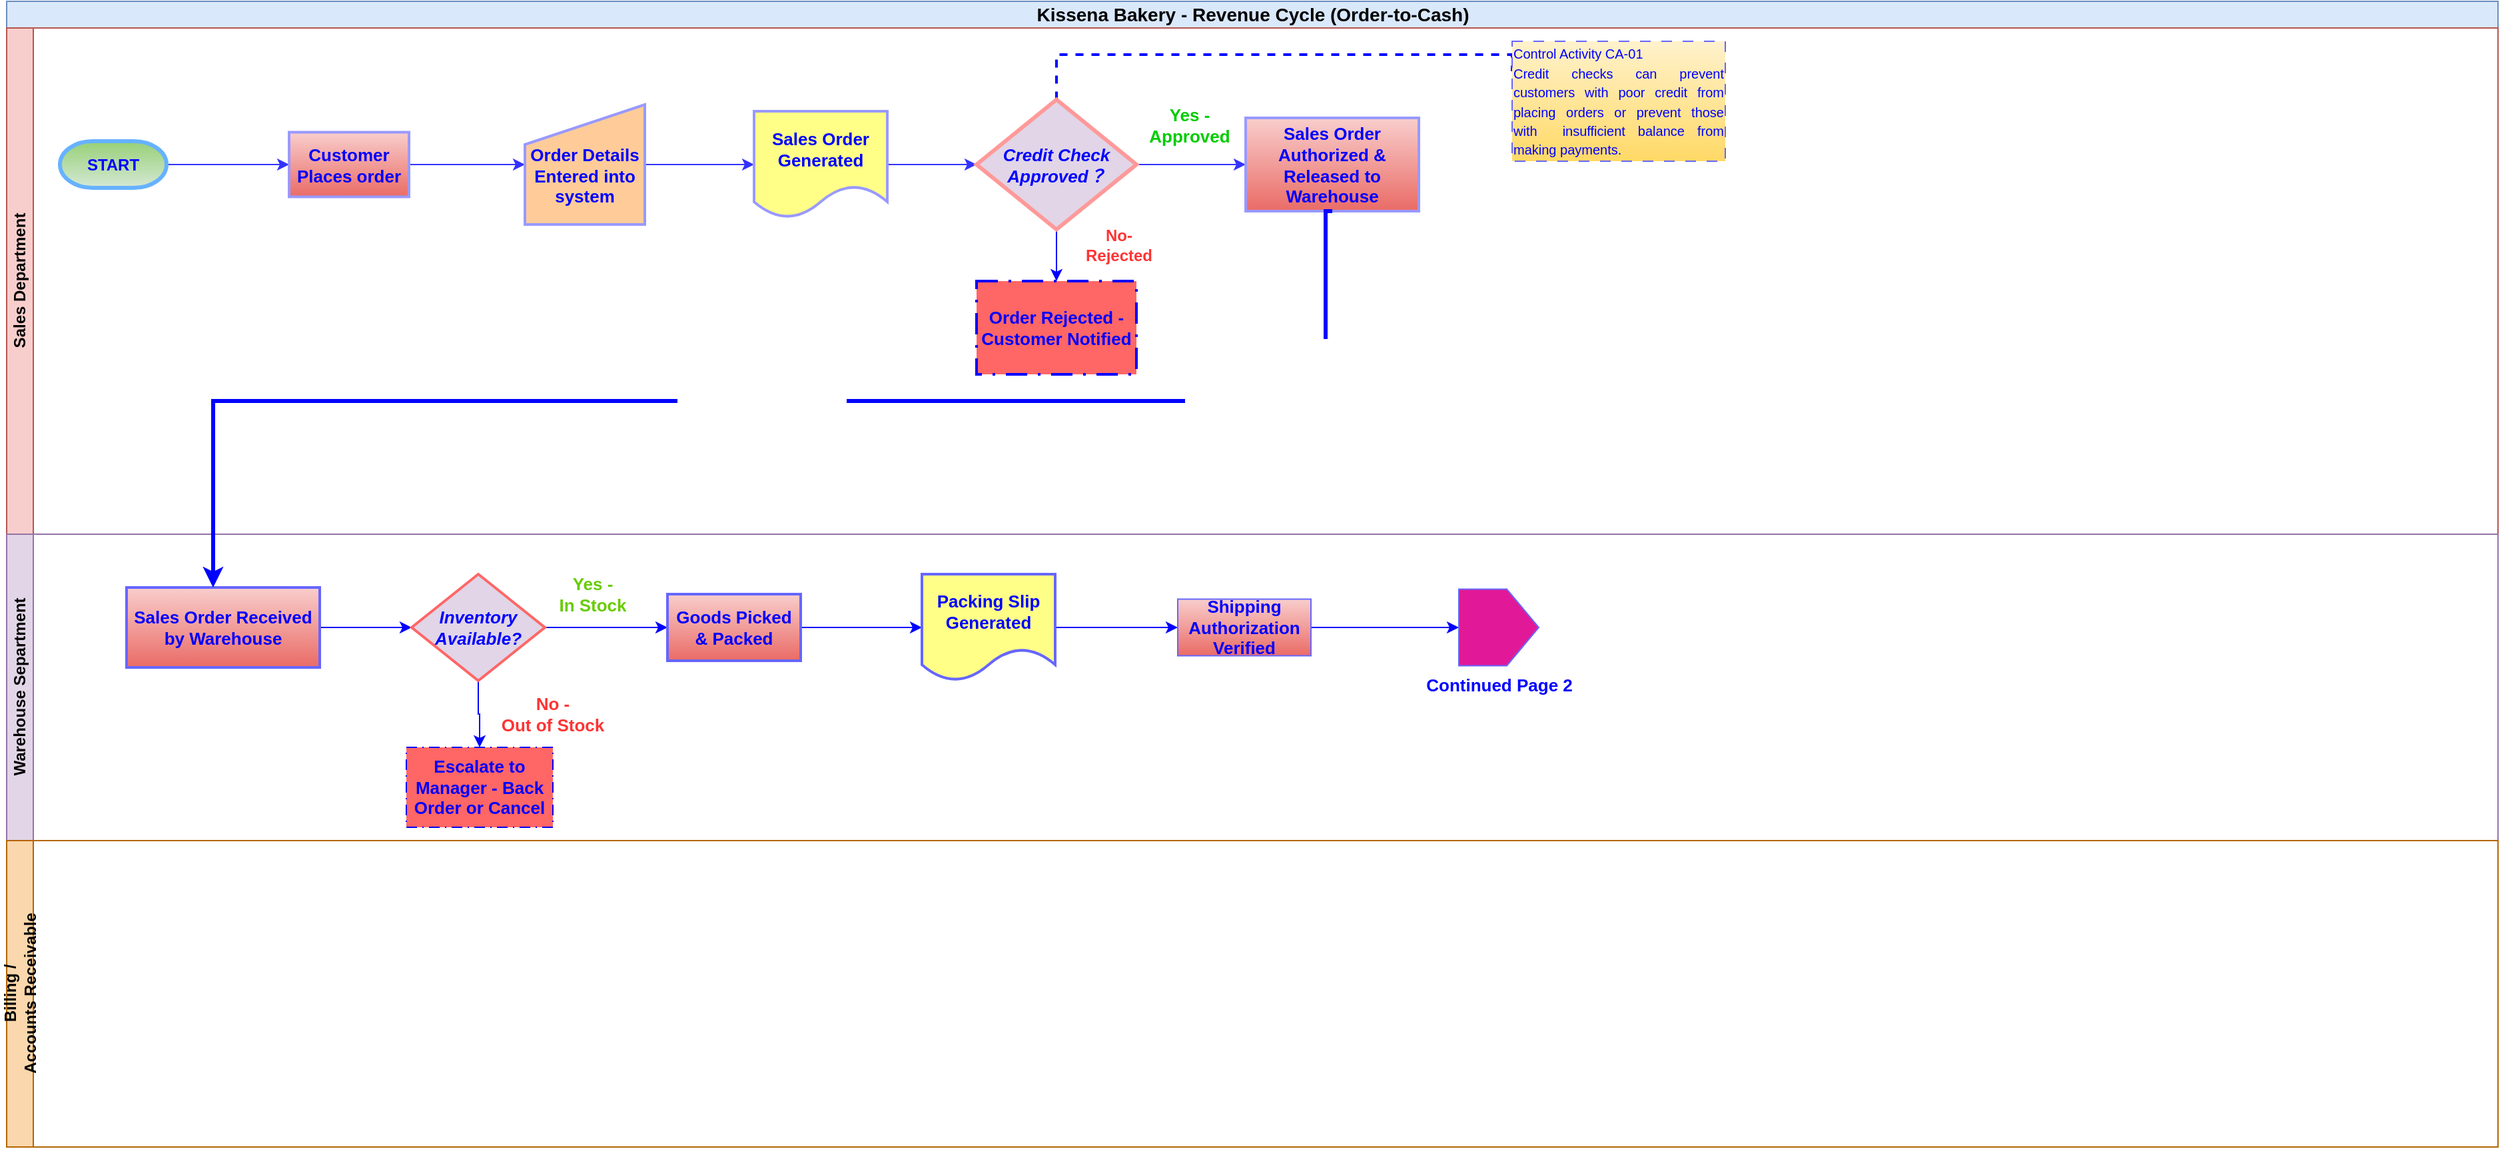
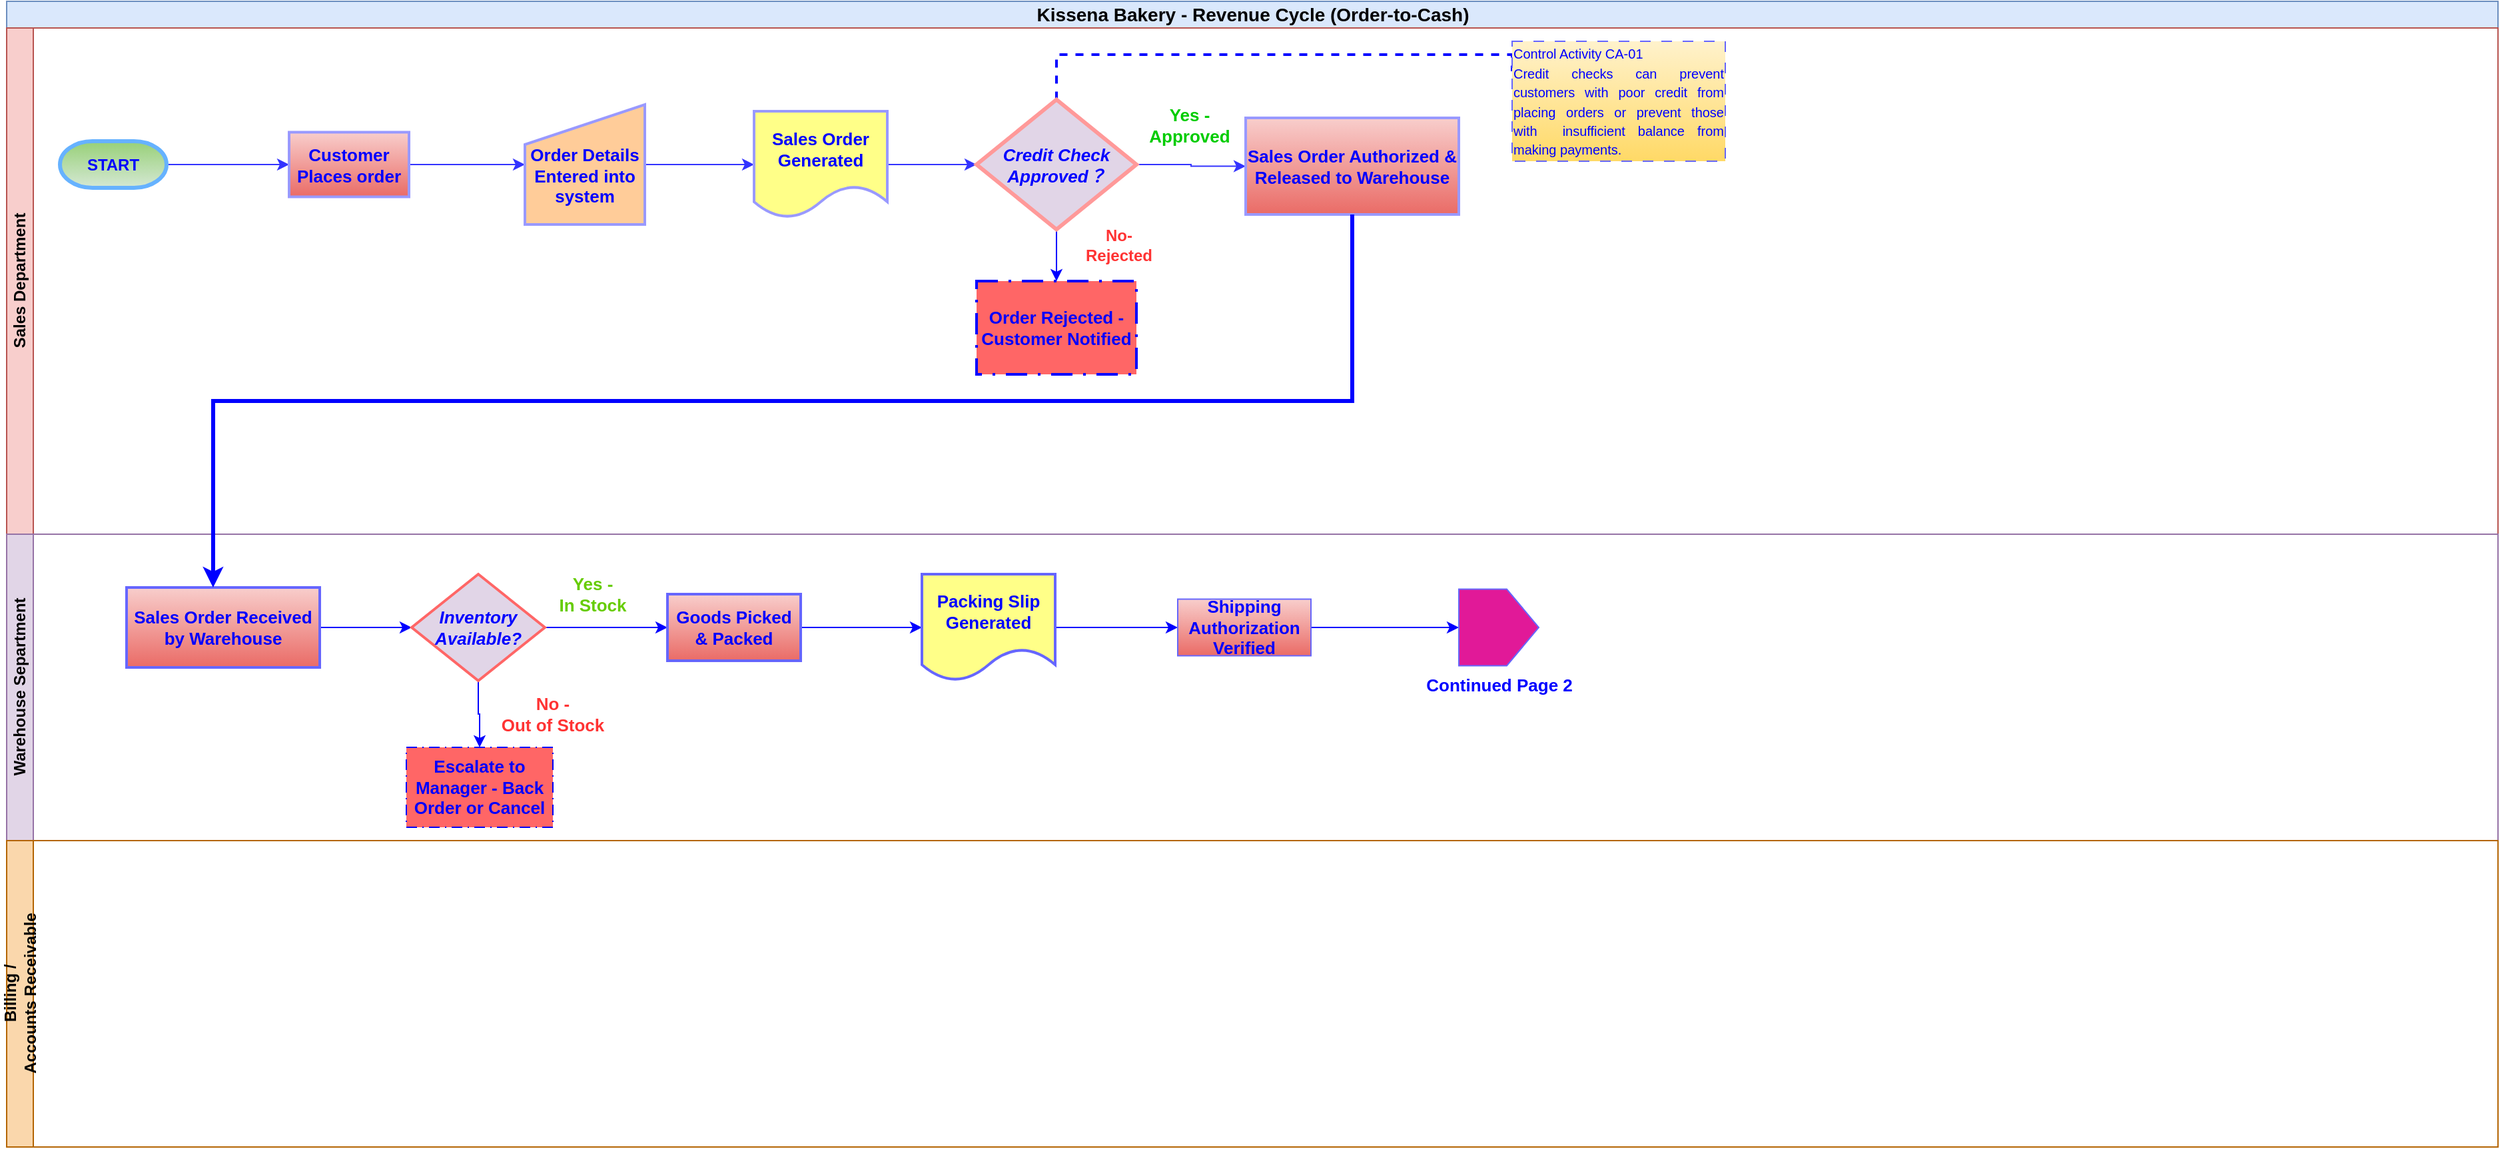
<mxfile host="app.diagrams.net" agent="Mozilla/5.0 (Windows NT 10.0; Win64; x64) AppleWebKit/537.36 (KHTML, like Gecko) Chrome/145.0.0.0 Safari/537.36" version="29.6.3" pages="2">
  <diagram name="Page-1" id="klMabU_GDppZGB9yFFRy">
-     <mxGraphModel dx="1161" dy="726" grid="1" gridSize="10" guides="1" tooltips="1" connect="1" arrows="1" fold="1" page="1" pageScale="1" pageWidth="1100" pageHeight="850" math="0" shadow="0">
+     <mxGraphModel dx="2005" dy="1255" grid="1" gridSize="10" guides="1" tooltips="1" connect="1" arrows="1" fold="1" page="1" pageScale="1" pageWidth="1100" pageHeight="850" math="0" shadow="0">
      <root>
        <mxCell id="0" />
        <mxCell id="1" parent="0" />
        <mxCell id="0vQu63eh7_hz7IOFjZfk-1" parent="1" style="swimlane;childLayout=stackLayout;resizeParent=1;resizeParentMax=0;horizontal=1;startSize=20;horizontalStack=0;html=1;fillColor=#dae8fc;strokeColor=#6c8ebf;" value="&lt;div style=&quot;text-align: start;&quot;&gt;&lt;font style=&quot;font-size: 14px;&quot;&gt;Kissena Bakery - Revenue Cycle (Order-to-Cash)&lt;/font&gt;&lt;/div&gt;" vertex="1">
          <mxGeometry height="20" width="1870" x="80" y="30" as="geometry" />
        </mxCell>
        <mxCell id="0vQu63eh7_hz7IOFjZfk-2" parent="1" style="swimlane;startSize=20;horizontal=0;html=1;fillColor=#f8cecc;strokeColor=#b85450;" value="Sales Department" vertex="1">
          <mxGeometry height="380" width="1870" x="80" y="50" as="geometry">
            <mxRectangle height="30" width="610" y="20" as="alternateBounds" />
          </mxGeometry>
        </mxCell>
        <mxCell id="0vQu63eh7_hz7IOFjZfk-43" edge="1" parent="0vQu63eh7_hz7IOFjZfk-2" source="0vQu63eh7_hz7IOFjZfk-10" style="edgeStyle=orthogonalEdgeStyle;rounded=0;orthogonalLoop=1;jettySize=auto;html=1;exitX=0;exitY=0.5;exitDx=0;exitDy=0;exitPerimeter=0;entryX=0;entryY=0.5;entryDx=0;entryDy=0;strokeColor=#3333FF;" target="0vQu63eh7_hz7IOFjZfk-15">
          <mxGeometry relative="1" as="geometry" />
        </mxCell>
        <mxCell id="0vQu63eh7_hz7IOFjZfk-10" parent="0vQu63eh7_hz7IOFjZfk-2" style="strokeWidth=3;html=1;shape=mxgraph.flowchart.terminator;whiteSpace=wrap;direction=west;fillColor=#d5e8d4;gradientColor=#97d077;strokeColor=#66B2FF;" value="&lt;b&gt;&lt;font style=&quot;color: rgb(0, 0, 255);&quot;&gt;START&lt;/font&gt;&lt;/b&gt;" vertex="1">
          <mxGeometry height="35" width="80" x="40" y="85" as="geometry" />
        </mxCell>
        <mxCell id="46-Umk2mzS9Czotzx1H9-2" edge="1" parent="0vQu63eh7_hz7IOFjZfk-2" source="0vQu63eh7_hz7IOFjZfk-15" style="edgeStyle=orthogonalEdgeStyle;rounded=0;orthogonalLoop=1;jettySize=auto;html=1;exitX=1;exitY=0.5;exitDx=0;exitDy=0;entryX=0;entryY=0.5;entryDx=0;entryDy=0;strokeColor=#3333FF;" target="0vQu63eh7_hz7IOFjZfk-20">
          <mxGeometry relative="1" as="geometry" />
        </mxCell>
        <mxCell id="0vQu63eh7_hz7IOFjZfk-15" parent="0vQu63eh7_hz7IOFjZfk-2" style="html=1;dashed=0;whiteSpace=wrap;strokeWidth=2;fillColor=#f8cecc;strokeColor=#9999FF;gradientColor=#ea6b66;" value="&lt;font style=&quot;font-size: 13px; color: rgb(0, 0, 255);&quot;&gt;&lt;b style=&quot;&quot;&gt;Customer Places order&lt;/b&gt;&lt;/font&gt;" vertex="1">
          <mxGeometry height="48.5" width="90" x="212" y="78.25" as="geometry" />
        </mxCell>
        <mxCell id="46-Umk2mzS9Czotzx1H9-3" edge="1" parent="0vQu63eh7_hz7IOFjZfk-2" source="0vQu63eh7_hz7IOFjZfk-20" style="edgeStyle=orthogonalEdgeStyle;rounded=0;orthogonalLoop=1;jettySize=auto;html=1;exitX=1;exitY=0.5;exitDx=0;exitDy=0;entryX=0;entryY=0.5;entryDx=0;entryDy=0;strokeColor=#3333FF;" target="0vQu63eh7_hz7IOFjZfk-30">
          <mxGeometry relative="1" as="geometry" />
        </mxCell>
        <mxCell id="0vQu63eh7_hz7IOFjZfk-20" parent="0vQu63eh7_hz7IOFjZfk-2" style="shape=manualInput;whiteSpace=wrap;html=1;align=center;fillColor=#ffcc99;strokeColor=#9999FF;strokeWidth=2;" value="&lt;div style=&quot;&quot;&gt;&lt;span style=&quot;background-color: transparent;&quot;&gt;&lt;b style=&quot;&quot;&gt;&lt;font style=&quot;font-size: 13px; color: rgb(0, 0, 255);&quot;&gt;&lt;br&gt;&lt;/font&gt;&lt;/b&gt;&lt;/span&gt;&lt;/div&gt;&lt;div style=&quot;&quot;&gt;&lt;span style=&quot;background-color: transparent;&quot;&gt;&lt;b style=&quot;&quot;&gt;&lt;font style=&quot;font-size: 13px; color: rgb(0, 0, 255);&quot;&gt;Order Details Entered into system&lt;/font&gt;&lt;/b&gt;&lt;/span&gt;&lt;/div&gt;" vertex="1">
          <mxGeometry height="90" width="90" x="389" y="57.5" as="geometry" />
        </mxCell>
        <mxCell id="0vQu63eh7_hz7IOFjZfk-35" edge="1" parent="0vQu63eh7_hz7IOFjZfk-2" style="edgeStyle=orthogonalEdgeStyle;rounded=0;orthogonalLoop=1;jettySize=auto;html=1;exitX=0;exitY=0.5;exitDx=0;exitDy=0;">
          <mxGeometry relative="1" as="geometry">
            <mxPoint x="410" y="105" as="sourcePoint" />
            <mxPoint x="410" y="105" as="targetPoint" />
          </mxGeometry>
        </mxCell>
        <mxCell id="46-Umk2mzS9Czotzx1H9-4" edge="1" parent="0vQu63eh7_hz7IOFjZfk-2" source="0vQu63eh7_hz7IOFjZfk-30" style="edgeStyle=orthogonalEdgeStyle;rounded=0;orthogonalLoop=1;jettySize=auto;html=1;exitX=1;exitY=0.5;exitDx=0;exitDy=0;entryX=0;entryY=0.5;entryDx=0;entryDy=0;strokeColor=#3333FF;" target="0vQu63eh7_hz7IOFjZfk-34">
          <mxGeometry relative="1" as="geometry" />
        </mxCell>
        <mxCell id="0vQu63eh7_hz7IOFjZfk-30" parent="0vQu63eh7_hz7IOFjZfk-2" style="shape=document;whiteSpace=wrap;html=1;boundedLbl=1;strokeWidth=2;fillColor=#ffff88;strokeColor=#9999FF;" value="&lt;font style=&quot;font-size: 13px; color: rgb(0, 0, 255);&quot;&gt;&lt;b&gt;Sales Order Generated&lt;/b&gt;&lt;/font&gt;" vertex="1">
          <mxGeometry height="80" width="100" x="561" y="62.5" as="geometry" />
        </mxCell>
        <mxCell id="pGH0SQg9JUakCyH8bkGQ-28" edge="1" parent="0vQu63eh7_hz7IOFjZfk-2" source="0vQu63eh7_hz7IOFjZfk-34" style="edgeStyle=orthogonalEdgeStyle;rounded=0;orthogonalLoop=1;jettySize=auto;html=1;exitX=0.5;exitY=0;exitDx=0;exitDy=0;entryX=0;entryY=0.25;entryDx=0;entryDy=0;endArrow=none;endFill=0;dashed=1;strokeWidth=2;strokeColor=#0000FF;" target="pGH0SQg9JUakCyH8bkGQ-23">
          <mxGeometry relative="1" as="geometry">
            <Array as="points">
              <mxPoint x="788" y="20" />
              <mxPoint x="1130" y="20" />
            </Array>
          </mxGeometry>
        </mxCell>
        <mxCell id="DywWvH4VDf4e1SjyT3sU-2" edge="1" parent="0vQu63eh7_hz7IOFjZfk-2" source="0vQu63eh7_hz7IOFjZfk-34" style="edgeStyle=orthogonalEdgeStyle;rounded=0;orthogonalLoop=1;jettySize=auto;html=1;exitX=0.5;exitY=1;exitDx=0;exitDy=0;entryX=0.5;entryY=0;entryDx=0;entryDy=0;strokeColor=#0000FF;" target="0vQu63eh7_hz7IOFjZfk-65">
          <mxGeometry relative="1" as="geometry" />
        </mxCell>
        <mxCell id="46-Umk2mzS9Czotzx1H9-5" edge="1" parent="0vQu63eh7_hz7IOFjZfk-2" source="0vQu63eh7_hz7IOFjZfk-34" style="edgeStyle=orthogonalEdgeStyle;rounded=0;orthogonalLoop=1;jettySize=auto;html=1;exitX=1;exitY=0.5;exitDx=0;exitDy=0;entryX=0;entryY=0.5;entryDx=0;entryDy=0;strokeColor=#3333FF;" target="0vQu63eh7_hz7IOFjZfk-67">
          <mxGeometry relative="1" as="geometry" />
        </mxCell>
        <mxCell id="0vQu63eh7_hz7IOFjZfk-34" parent="0vQu63eh7_hz7IOFjZfk-2" style="rhombus;whiteSpace=wrap;html=1;fillColor=#e1d5e7;strokeColor=#FF9999;strokeWidth=3;" value="&lt;font style=&quot;font-size: 13px; color: rgb(0, 0, 255);&quot;&gt;&lt;b&gt;&lt;i&gt;Credit Check Approved？&lt;/i&gt;&lt;/b&gt;&lt;/font&gt;" vertex="1">
          <mxGeometry height="97.5" width="120" x="728" y="53.75" as="geometry" />
        </mxCell>
        <mxCell id="0vQu63eh7_hz7IOFjZfk-60" parent="0vQu63eh7_hz7IOFjZfk-2" style="text;html=1;whiteSpace=wrap;strokeColor=none;fillColor=none;align=center;verticalAlign=middle;rounded=0;fontColor=#00CC00;" value="&lt;font style=&quot;font-size: 13px;&quot;&gt;&lt;b style=&quot;&quot;&gt;Yes - Approved&lt;/b&gt;&lt;/font&gt;" vertex="1">
          <mxGeometry height="30" width="80" x="848" y="57.5" as="geometry" />
        </mxCell>
        <mxCell id="0vQu63eh7_hz7IOFjZfk-65" parent="0vQu63eh7_hz7IOFjZfk-2" style="html=1;dashed=1;whiteSpace=wrap;strokeWidth=2;fillColor=light-dark(#FF6666,#FF3333);strokeColor=#0000FF;fontColor=#ffffff;fontStyle=1;dashPattern=8 4 1 4;" value="&lt;font style=&quot;font-size: 13px; color: rgb(0, 0, 255);&quot;&gt;Order Rejected - Customer Notified&lt;/font&gt;" vertex="1">
          <mxGeometry height="70" width="120" x="728" y="190" as="geometry" />
        </mxCell>
        <mxCell id="0vQu63eh7_hz7IOFjZfk-67" parent="0vQu63eh7_hz7IOFjZfk-2" style="html=1;dashed=0;whiteSpace=wrap;fillColor=#f8cecc;gradientColor=#ea6b66;strokeColor=#9999FF;strokeWidth=2;" value="&lt;font style=&quot;font-size: 13px; color: rgb(0, 0, 255);&quot;&gt;&lt;b&gt;Sales Order Authorized &amp;amp; Released to Warehouse&lt;/b&gt;&lt;/font&gt;" vertex="1">
-           <mxGeometry height="70" width="130" x="930" y="67.5" as="geometry" />
+           <mxGeometry height="72.5" width="160" x="930" y="67.5" as="geometry" />
        </mxCell>
        <mxCell id="pGH0SQg9JUakCyH8bkGQ-23" parent="0vQu63eh7_hz7IOFjZfk-2" style="html=1;dashed=1;whiteSpace=wrap;dashPattern=8 8;fillColor=#fff2cc;gradientColor=#ffd966;strokeColor=light-dark(#6666FF,#6D5100);strokeWidth=1;" value="&lt;div style=&quot;text-align: justify;&quot;&gt;&lt;span style=&quot;font-size: 10px; background-color: transparent;&quot;&gt;&lt;font style=&quot;color: rgb(0, 0, 255);&quot;&gt;Control Activity&amp;nbsp;CA-01&lt;/font&gt;&lt;/span&gt;&lt;/div&gt;&lt;font style=&quot;color: rgb(0, 0, 255);&quot;&gt;&lt;div style=&quot;text-align: justify;&quot;&gt;&lt;span style=&quot;font-size: 10px; background-color: transparent;&quot;&gt;Credit checks can prevent customers with poor credit from placing orders or prevent those with&amp;nbsp; insufficient balance from making payments.&lt;/span&gt;&lt;/div&gt;&lt;/font&gt;" vertex="1">
          <mxGeometry height="90" width="160" x="1130" y="10" as="geometry" />
        </mxCell>
        <mxCell id="DywWvH4VDf4e1SjyT3sU-3" parent="0vQu63eh7_hz7IOFjZfk-2" style="text;html=1;whiteSpace=wrap;strokeColor=none;fillColor=none;align=center;verticalAlign=middle;rounded=0;fontSize=12;fontStyle=1;fontColor=#FF3333;" value="&lt;span&gt;&lt;font style=&quot;&quot;&gt;No-Rejected&lt;/font&gt;&lt;/span&gt;" vertex="1">
          <mxGeometry height="30" width="70" x="800" y="147.5" as="geometry" />
        </mxCell>
        <mxCell id="0vQu63eh7_hz7IOFjZfk-3" parent="1" style="swimlane;startSize=20;horizontal=0;html=1;fillColor=#e1d5e7;strokeColor=#9673a6;" value="Warehouse Separtment" vertex="1">
          <mxGeometry height="230" width="1870" x="80" y="430" as="geometry" />
        </mxCell>
        <mxCell id="pGH0SQg9JUakCyH8bkGQ-32" edge="1" parent="0vQu63eh7_hz7IOFjZfk-3" source="0vQu63eh7_hz7IOFjZfk-73" style="edgeStyle=orthogonalEdgeStyle;rounded=0;orthogonalLoop=1;jettySize=auto;html=1;exitX=1;exitY=0.5;exitDx=0;exitDy=0;entryX=0;entryY=0.5;entryDx=0;entryDy=0;strokeColor=#0000FF;" target="0vQu63eh7_hz7IOFjZfk-92">
          <mxGeometry relative="1" as="geometry" />
        </mxCell>
        <mxCell id="0vQu63eh7_hz7IOFjZfk-73" parent="0vQu63eh7_hz7IOFjZfk-3" style="html=1;dashed=0;whiteSpace=wrap;fillColor=#f8cecc;gradientColor=#ea6b66;strokeColor=#6666FF;strokeWidth=2;" value="&lt;font style=&quot;font-size: 13px; color: rgb(0, 0, 255);&quot;&gt;&lt;b&gt;Sales Order Received by Warehouse&lt;/b&gt;&lt;/font&gt;" vertex="1">
          <mxGeometry height="60" width="145" x="90" y="40" as="geometry" />
        </mxCell>
        <mxCell id="pGH0SQg9JUakCyH8bkGQ-31" edge="1" parent="0vQu63eh7_hz7IOFjZfk-3" source="0vQu63eh7_hz7IOFjZfk-92" style="edgeStyle=orthogonalEdgeStyle;rounded=0;orthogonalLoop=1;jettySize=auto;html=1;exitX=1;exitY=0.5;exitDx=0;exitDy=0;entryX=0;entryY=0.5;entryDx=0;entryDy=0;strokeColor=#0000FF;" target="0vQu63eh7_hz7IOFjZfk-106">
          <mxGeometry relative="1" as="geometry" />
        </mxCell>
        <mxCell id="pGH0SQg9JUakCyH8bkGQ-34" edge="1" parent="0vQu63eh7_hz7IOFjZfk-3" source="0vQu63eh7_hz7IOFjZfk-92" style="edgeStyle=orthogonalEdgeStyle;rounded=0;orthogonalLoop=1;jettySize=auto;html=1;exitX=0.5;exitY=1;exitDx=0;exitDy=0;entryX=0.5;entryY=0;entryDx=0;entryDy=0;strokeColor=#0000FF;" target="0vQu63eh7_hz7IOFjZfk-96">
          <mxGeometry relative="1" as="geometry" />
        </mxCell>
        <mxCell id="0vQu63eh7_hz7IOFjZfk-92" parent="0vQu63eh7_hz7IOFjZfk-3" style="rhombus;whiteSpace=wrap;html=1;fillColor=#e1d5e7;strokeColor=light-dark(#FF6666,#FF3333);strokeWidth=2;" value="&lt;font style=&quot;font-size: 13px; color: rgb(0, 0, 255);&quot;&gt;&lt;b&gt;&lt;i&gt;Inventory Available?&lt;/i&gt;&lt;/b&gt;&lt;/font&gt;" vertex="1">
          <mxGeometry height="80" width="100" x="304" y="30" as="geometry" />
        </mxCell>
        <mxCell id="0vQu63eh7_hz7IOFjZfk-96" parent="0vQu63eh7_hz7IOFjZfk-3" style="html=1;dashed=1;whiteSpace=wrap;fillColor=#FF6666;strokeColor=#0000FF;fontColor=#ffffff;dashPattern=8 4 1 4;" value="&lt;b&gt;&lt;font style=&quot;font-size: 13px; color: rgb(0, 0, 255);&quot;&gt;Escalate to Manager - Back Order or Cancel&lt;/font&gt;&lt;/b&gt;" vertex="1">
          <mxGeometry height="60" width="110" x="300" y="160" as="geometry" />
        </mxCell>
        <mxCell id="46-Umk2mzS9Czotzx1H9-6" edge="1" parent="0vQu63eh7_hz7IOFjZfk-3" source="0vQu63eh7_hz7IOFjZfk-106" style="edgeStyle=orthogonalEdgeStyle;rounded=0;orthogonalLoop=1;jettySize=auto;html=1;exitX=1;exitY=0.5;exitDx=0;exitDy=0;entryX=0;entryY=0.5;entryDx=0;entryDy=0;strokeColor=#0000FF;" target="0vQu63eh7_hz7IOFjZfk-110">
          <mxGeometry relative="1" as="geometry" />
        </mxCell>
        <mxCell id="0vQu63eh7_hz7IOFjZfk-106" parent="0vQu63eh7_hz7IOFjZfk-3" style="html=1;dashed=0;whiteSpace=wrap;strokeWidth=2;fillColor=#f8cecc;gradientColor=#ea6b66;strokeColor=#6666FF;" value="&lt;font style=&quot;font-size: 13px; color: rgb(0, 0, 255);&quot;&gt;&lt;b&gt;Goods Picked &amp;amp; Packed&lt;/b&gt;&lt;/font&gt;" vertex="1">
          <mxGeometry height="50" width="100" x="496" y="45" as="geometry" />
        </mxCell>
        <mxCell id="46-Umk2mzS9Czotzx1H9-8" edge="1" parent="0vQu63eh7_hz7IOFjZfk-3" source="0vQu63eh7_hz7IOFjZfk-110" style="edgeStyle=orthogonalEdgeStyle;rounded=0;orthogonalLoop=1;jettySize=auto;html=1;exitX=1;exitY=0.5;exitDx=0;exitDy=0;entryX=0;entryY=0.5;entryDx=0;entryDy=0;strokeColor=#0000FF;" target="0vQu63eh7_hz7IOFjZfk-112">
          <mxGeometry relative="1" as="geometry" />
        </mxCell>
        <mxCell id="0vQu63eh7_hz7IOFjZfk-110" parent="0vQu63eh7_hz7IOFjZfk-3" style="shape=document;whiteSpace=wrap;html=1;boundedLbl=1;strokeWidth=2;fillColor=#ffff88;strokeColor=#6666FF;" value="&lt;font style=&quot;font-size: 13px; color: rgb(0, 0, 255);&quot;&gt;&lt;b&gt;Packing Slip Generated&lt;/b&gt;&lt;/font&gt;" vertex="1">
          <mxGeometry height="80" width="100" x="687" y="30" as="geometry" />
        </mxCell>
        <mxCell id="46-Umk2mzS9Czotzx1H9-9" edge="1" parent="0vQu63eh7_hz7IOFjZfk-3" source="0vQu63eh7_hz7IOFjZfk-112" style="edgeStyle=orthogonalEdgeStyle;rounded=0;orthogonalLoop=1;jettySize=auto;html=1;exitX=1;exitY=0.5;exitDx=0;exitDy=0;entryX=0.5;entryY=0;entryDx=0;entryDy=0;strokeColor=#0000FF;" target="0vQu63eh7_hz7IOFjZfk-126">
          <mxGeometry relative="1" as="geometry" />
        </mxCell>
        <mxCell id="0vQu63eh7_hz7IOFjZfk-112" parent="0vQu63eh7_hz7IOFjZfk-3" style="html=1;dashed=0;whiteSpace=wrap;strokeColor=#6666FF;fillColor=#f8cecc;gradientColor=#ea6b66;fontStyle=1" value="&lt;font style=&quot;font-size: 13px; color: rgb(0, 0, 255);&quot;&gt;Shipping Authorization Verified&lt;/font&gt;" vertex="1">
          <mxGeometry height="42.5" width="100" x="879" y="48.75" as="geometry" />
        </mxCell>
        <mxCell id="0vQu63eh7_hz7IOFjZfk-98" parent="0vQu63eh7_hz7IOFjZfk-3" style="text;html=1;whiteSpace=wrap;strokeColor=none;fillColor=none;align=center;verticalAlign=middle;rounded=0;fontColor=#FF3333;" value="&lt;font style=&quot;font-size: 13px;&quot;&gt;&lt;b&gt;No - &lt;br&gt;Out of Stock&lt;/b&gt;&lt;/font&gt;" vertex="1">
          <mxGeometry height="30" width="80" x="370" y="120" as="geometry" />
        </mxCell>
        <mxCell id="0vQu63eh7_hz7IOFjZfk-126" parent="0vQu63eh7_hz7IOFjZfk-3" style="verticalLabelPosition=bottom;verticalAlign=top;html=1;shape=offPageConnector;rounded=0;size=0.4;fillColor=light-dark(#e11998, #ededed);direction=north;strokeColor=#6666FF;" value="&lt;font style=&quot;font-size: 13px; color: rgb(0, 0, 255);&quot;&gt;&lt;b&gt;Continued Page 2&lt;/b&gt;&lt;/font&gt;" vertex="1">
          <mxGeometry height="57.5" width="60" x="1090" y="41.25" as="geometry" />
        </mxCell>
        <mxCell id="0vQu63eh7_hz7IOFjZfk-86" edge="1" parent="1" source="0vQu63eh7_hz7IOFjZfk-67" style="edgeStyle=orthogonalEdgeStyle;rounded=0;orthogonalLoop=1;jettySize=auto;html=1;exitX=0.5;exitY=1;exitDx=0;exitDy=0;entryX=0.448;entryY=0;entryDx=0;entryDy=0;entryPerimeter=0;fontColor=#0000CC;strokeColor=#0000FF;strokeWidth=3;" target="0vQu63eh7_hz7IOFjZfk-73">
          <mxGeometry relative="1" as="geometry">
            <Array as="points">
-               <mxPoint x="1070" y="187" />
-               <mxPoint x="1070" y="330" />
+               <mxPoint x="1090" y="330" />
              <mxPoint x="235" y="330" />
            </Array>
          </mxGeometry>
        </mxCell>
        <mxCell id="0vQu63eh7_hz7IOFjZfk-4" parent="1" style="swimlane;startSize=20;horizontal=0;html=1;fillColor=#fad7ac;strokeColor=#b46504;" value="Billing /&lt;br&gt;Accounts Receivable" vertex="1">
          <mxGeometry height="230" width="1870" x="80" y="660" as="geometry">
            <mxRectangle height="30" width="500" y="310" as="alternateBounds" />
          </mxGeometry>
        </mxCell>
        <mxCell id="46-Umk2mzS9Czotzx1H9-12" parent="1" style="text;html=1;whiteSpace=wrap;strokeColor=none;fillColor=none;align=center;verticalAlign=middle;rounded=0;" value="&lt;b style=&quot;color: rgb(102, 204, 0);&quot;&gt;&lt;font style=&quot;font-size: 13px;&quot;&gt;Yes -&lt;br&gt;In Stock&lt;/font&gt;&lt;/b&gt;" vertex="1">
          <mxGeometry height="30" width="80" x="480" y="460" as="geometry" />
        </mxCell>
      </root>
    </mxGraphModel>
  </diagram>
  <diagram id="ZDdy4ylPSpOC2Ge6VpiW" name="Page-2">
    <mxGraphModel dx="1103" dy="690" grid="1" gridSize="10" guides="1" tooltips="1" connect="1" arrows="1" fold="1" page="1" pageScale="1" pageWidth="1100" pageHeight="850" math="0" shadow="0">
      <root>
        <mxCell id="0" />
        <mxCell id="1" parent="0" />
        <mxCell id="_GW_QHAqRueJzuYdTQVs-1" parent="1" style="swimlane;startSize=20;horizontal=0;html=1;fillColor=#e1d5e7;strokeColor=#9673a6;" value="Warehouse Separtment" vertex="1">
          <mxGeometry height="270" width="1330" x="110" y="150" as="geometry" />
        </mxCell>
        <mxCell id="NPzT6j0T7aDQ1cg_r_by-1" edge="1" parent="_GW_QHAqRueJzuYdTQVs-1" source="_GW_QHAqRueJzuYdTQVs-14" style="edgeStyle=orthogonalEdgeStyle;rounded=0;orthogonalLoop=1;jettySize=auto;html=1;exitX=0.5;exitY=1;exitDx=0;exitDy=0;entryX=0;entryY=0.5;entryDx=0;entryDy=0;strokeColor=#0000FF;" target="JTW380UVqBL9k5zzlviH-1">
          <mxGeometry relative="1" as="geometry" />
        </mxCell>
        <mxCell id="_GW_QHAqRueJzuYdTQVs-14" parent="_GW_QHAqRueJzuYdTQVs-1" style="verticalLabelPosition=bottom;verticalAlign=top;html=1;shape=offPageConnector;rounded=0;size=0.36363636363636365;fillColor=light-dark(#e11998, #ededed);direction=north;strokeColor=#6666FF;" value="&lt;font style=&quot;font-size: 13px; color: rgb(0, 0, 255);&quot;&gt;&lt;b&gt;Continued Page 2&lt;/b&gt;&lt;/font&gt;" vertex="1">
          <mxGeometry height="60" width="70" x="70" y="70" as="geometry" />
        </mxCell>
        <mxCell id="JTW380UVqBL9k5zzlviH-1" parent="_GW_QHAqRueJzuYdTQVs-1" style="html=1;dashed=0;whiteSpace=wrap;fillColor=#f8cecc;gradientColor=#ea6b66;strokeColor=#6666FF;" value="&lt;font style=&quot;font-size: 13px; color: rgb(0, 0, 255);&quot;&gt;&lt;b&gt;Goods Dispatched to Customer&lt;/b&gt;&lt;/font&gt;" vertex="1">
          <mxGeometry height="50" width="100" x="220" y="75" as="geometry" />
        </mxCell>
        <mxCell id="VSqCA1LAcqbEIX1a-AIG-1" parent="1" style="swimlane;startSize=20;horizontal=0;html=1;whiteSpace=wrap;fillColor=#ffcc99;strokeColor=#36393d;" value="&lt;span style=&quot;text-wrap-mode: nowrap;&quot;&gt;Billing /&lt;/span&gt;&lt;br style=&quot;text-wrap-mode: nowrap;&quot;&gt;&lt;span style=&quot;text-wrap-mode: nowrap;&quot;&gt;Accounts Receivable&lt;/span&gt;" vertex="1">
          <mxGeometry height="170" width="1330" x="110" y="420" as="geometry" />
        </mxCell>
        <mxCell id="KsxiR5SY5I83CpnIQ7mC-4" edge="1" parent="VSqCA1LAcqbEIX1a-AIG-1" source="2IOCe_ZcG10jMQKezpJ2-1" style="edgeStyle=orthogonalEdgeStyle;rounded=0;orthogonalLoop=1;jettySize=auto;html=1;exitX=1;exitY=0.5;exitDx=0;exitDy=0;entryX=0;entryY=0.5;entryDx=0;entryDy=0;strokeColor=#0000FF;" target="2IOCe_ZcG10jMQKezpJ2-2">
          <mxGeometry relative="1" as="geometry" />
        </mxCell>
        <mxCell id="2IOCe_ZcG10jMQKezpJ2-1" parent="VSqCA1LAcqbEIX1a-AIG-1" style="html=1;dashed=0;whiteSpace=wrap;strokeWidth=2;fillColor=#f8cecc;gradientColor=#ea6b66;strokeColor=#6666FF;" value="&lt;b&gt;&lt;font style=&quot;font-size: 13px; color: rgb(0, 0, 255);&quot;&gt;Dispatch Confirmation Received&lt;/font&gt;&lt;/b&gt;" vertex="1">
          <mxGeometry height="50" width="100" x="50" y="50" as="geometry" />
        </mxCell>
        <mxCell id="KsxiR5SY5I83CpnIQ7mC-5" edge="1" parent="VSqCA1LAcqbEIX1a-AIG-1" source="2IOCe_ZcG10jMQKezpJ2-2" style="edgeStyle=orthogonalEdgeStyle;rounded=0;orthogonalLoop=1;jettySize=auto;html=1;exitX=1;exitY=0.5;exitDx=0;exitDy=0;entryX=0;entryY=0.5;entryDx=0;entryDy=0;strokeColor=#0000FF;" target="dAGMuh-EUK1Y8pTE6-PC-2">
          <mxGeometry relative="1" as="geometry" />
        </mxCell>
        <mxCell id="2IOCe_ZcG10jMQKezpJ2-2" parent="VSqCA1LAcqbEIX1a-AIG-1" style="shape=document;whiteSpace=wrap;html=1;boundedLbl=1;fillColor=#ffff88;strokeColor=#6666FF;strokeWidth=2;" value="&lt;font style=&quot;font-size: 13px; color: rgb(0, 0, 255);&quot;&gt;&lt;b&gt;Invoice Generated &amp;amp; Sent to Customer&lt;/b&gt;&lt;/font&gt;" vertex="1">
          <mxGeometry height="80" width="120" x="229" y="35" as="geometry" />
        </mxCell>
        <mxCell id="KsxiR5SY5I83CpnIQ7mC-6" edge="1" parent="VSqCA1LAcqbEIX1a-AIG-1" source="dAGMuh-EUK1Y8pTE6-PC-2" style="edgeStyle=orthogonalEdgeStyle;rounded=0;orthogonalLoop=1;jettySize=auto;html=1;exitX=1;exitY=0.5;exitDx=0;exitDy=0;entryX=0;entryY=0.5;entryDx=0;entryDy=0;strokeColor=#0000FF;" target="dAGMuh-EUK1Y8pTE6-PC-4">
          <mxGeometry relative="1" as="geometry" />
        </mxCell>
        <mxCell id="dAGMuh-EUK1Y8pTE6-PC-2" parent="VSqCA1LAcqbEIX1a-AIG-1" style="html=1;dashed=0;whiteSpace=wrap;strokeWidth=2;fillColor=#f8cecc;gradientColor=#ea6b66;strokeColor=#6666FF;" value="&lt;b&gt;&lt;font style=&quot;font-size: 13px; color: rgb(0, 0, 255);&quot;&gt;Payment Received from Customer&lt;/font&gt;&lt;/b&gt;" vertex="1">
          <mxGeometry height="50" width="110" x="423" y="50" as="geometry" />
        </mxCell>
        <mxCell id="KsxiR5SY5I83CpnIQ7mC-8" edge="1" parent="VSqCA1LAcqbEIX1a-AIG-1" source="dAGMuh-EUK1Y8pTE6-PC-4" style="edgeStyle=orthogonalEdgeStyle;rounded=0;orthogonalLoop=1;jettySize=auto;html=1;exitX=1;exitY=0.5;exitDx=0;exitDy=0;entryX=0;entryY=0.5;entryDx=0;entryDy=0;strokeColor=#0000FF;" target="dAGMuh-EUK1Y8pTE6-PC-6">
          <mxGeometry relative="1" as="geometry" />
        </mxCell>
        <mxCell id="dAGMuh-EUK1Y8pTE6-PC-4" parent="VSqCA1LAcqbEIX1a-AIG-1" style="shape=document;whiteSpace=wrap;html=1;boundedLbl=1;fillColor=#ffff88;strokeColor=#6666FF;strokeWidth=2;" value="&lt;font style=&quot;font-size: 13px; color: rgb(0, 0, 255);&quot;&gt;&lt;b&gt;Remittance Advice Recorded&lt;/b&gt;&lt;/font&gt;" vertex="1">
          <mxGeometry height="75" width="110" x="611" y="37.5" as="geometry" />
        </mxCell>
        <mxCell id="dAGMuh-EUK1Y8pTE6-PC-6" parent="VSqCA1LAcqbEIX1a-AIG-1" style="html=1;dashed=0;whiteSpace=wrap;strokeWidth=2;fillColor=#f8cecc;gradientColor=#ea6b66;strokeColor=#6666FF;" value="&lt;b&gt;&lt;font style=&quot;font-size: 13px; color: rgb(0, 0, 255);&quot;&gt;Cash Posted to Accounts Receivable&lt;/font&gt;&lt;/b&gt;" vertex="1">
          <mxGeometry height="50" width="110" x="800" y="50" as="geometry" />
        </mxCell>
        <mxCell id="dAGMuh-EUK1Y8pTE6-PC-8" parent="VSqCA1LAcqbEIX1a-AIG-1" style="strokeWidth=2;html=1;shape=mxgraph.flowchart.terminator;whiteSpace=wrap;fillColor=#d5e8d4;gradientColor=#97d077;strokeColor=#66B2FF;" value="&lt;font style=&quot;font-size: 13px; color: rgb(0, 0, 255);&quot;&gt;&lt;b&gt;END&lt;/b&gt;&lt;/font&gt;" vertex="1">
          <mxGeometry height="45" width="90" x="980" y="50" as="geometry" />
        </mxCell>
        <mxCell id="KsxiR5SY5I83CpnIQ7mC-10" edge="1" parent="VSqCA1LAcqbEIX1a-AIG-1" source="dAGMuh-EUK1Y8pTE6-PC-6" style="edgeStyle=orthogonalEdgeStyle;rounded=0;orthogonalLoop=1;jettySize=auto;html=1;exitX=1;exitY=0.5;exitDx=0;exitDy=0;entryX=0.111;entryY=0.556;entryDx=0;entryDy=0;entryPerimeter=0;strokeColor=#0000FF;" target="dAGMuh-EUK1Y8pTE6-PC-8">
          <mxGeometry relative="1" as="geometry" />
        </mxCell>
        <mxCell id="dAGMuh-EUK1Y8pTE6-PC-10" edge="1" parent="1" source="JTW380UVqBL9k5zzlviH-1" style="edgeStyle=orthogonalEdgeStyle;rounded=0;orthogonalLoop=1;jettySize=auto;html=1;exitX=0.5;exitY=1;exitDx=0;exitDy=0;entryX=0.5;entryY=0;entryDx=0;entryDy=0;strokeColor=#0000FF;strokeWidth=3;" target="2IOCe_ZcG10jMQKezpJ2-1">
          <mxGeometry relative="1" as="geometry" />
        </mxCell>
      </root>
    </mxGraphModel>
  </diagram>
</mxfile>
